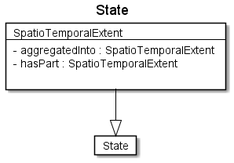
Earlier version of the PlantUML export fragments/diagrams/State.png (rtigran/rdf2adoc). Source of this version:
```plantuml
@startuml
Title State

Card State #fff [
State
]
Card SpatioTemporalExtent #fff [
SpatioTemporalExtent
----
- aggregatedInto : SpatioTemporalExtent
- hasPart : SpatioTemporalExtent

]
SpatioTemporalExtent --|> State  #000
@enduml
```
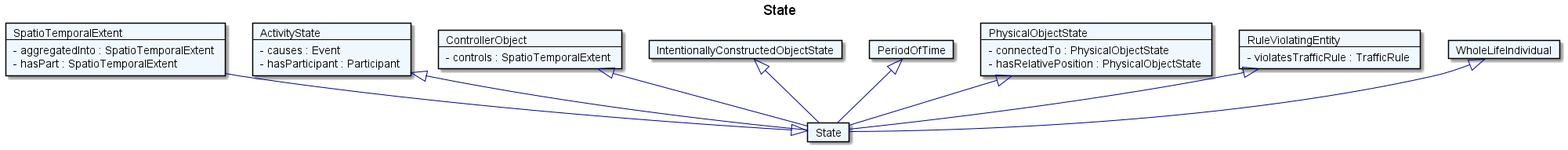
Later version of the same file.

The edit, as a diff of the source:
```diff
@@ -1,15 +1,52 @@
 @startuml
 Title State
 
-Card State #fff [
+Card State #F0F8FF [
 State
 ]
-Card SpatioTemporalExtent #fff [
+Card SpatioTemporalExtent #F0F8FF [
 SpatioTemporalExtent
 ----
 - aggregatedInto : SpatioTemporalExtent
 - hasPart : SpatioTemporalExtent
-
 ]
-SpatioTemporalExtent --|> State  #000
+SpatioTemporalExtent --|> State  #00008B
+Card ActivityState #F0F8FF [
+ActivityState
+----
+- causes : Event
+- hasParticipant : Participant
+]
+ActivityState <|-- State  #00008B
+Card ControllerObject #F0F8FF [
+ControllerObject
+----
+- controls : SpatioTemporalExtent
+]
+ControllerObject <|-- State  #00008B
+Card IntentionallyConstructedObjectState #F0F8FF [
+IntentionallyConstructedObjectState
+]
+IntentionallyConstructedObjectState <|-- State  #00008B
+Card PeriodOfTime #F0F8FF [
+PeriodOfTime
+]
+PeriodOfTime <|-- State  #00008B
+Card PhysicalObjectState #F0F8FF [
+PhysicalObjectState
+----
+- connectedTo : PhysicalObjectState
+- hasRelativePosition : PhysicalObjectState
+]
+PhysicalObjectState <|-- State  #00008B
+Card RuleViolatingEntity #F0F8FF [
+RuleViolatingEntity
+----
+- violatesTrafficRule : TrafficRule
+]
+RuleViolatingEntity <|-- State  #00008B
+Card WholeLifeIndividual #F0F8FF [
+WholeLifeIndividual
+]
+WholeLifeIndividual <|-- State  #00008B
 @enduml
```
